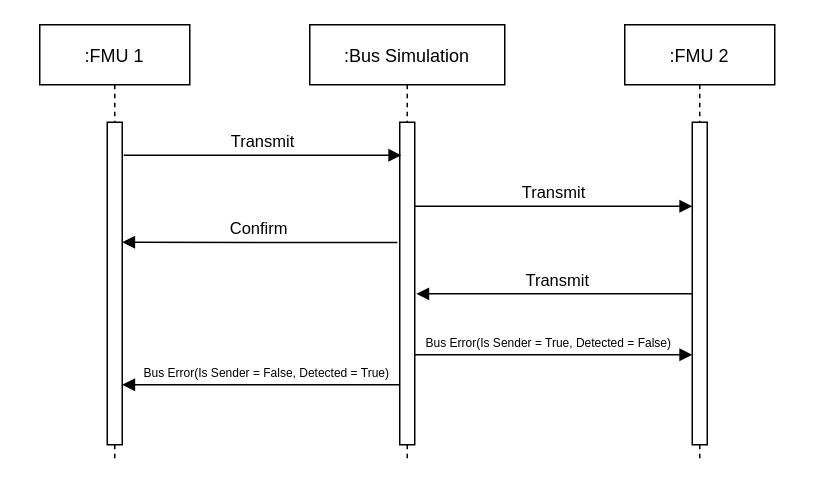
Before: docs/images/can_transmission_acknowledge.drawio in modelica/fmi-ls-bus, a draw.io diagram. Source tidied: cells renumbered, new cells numbered last; positions are measured from the earlier drawing's top-left corner, leaving out a move shared by most shapes. Both pictures are drawn from the tidied source at 150%, with x=0, y=0 at pixel (39, 24).
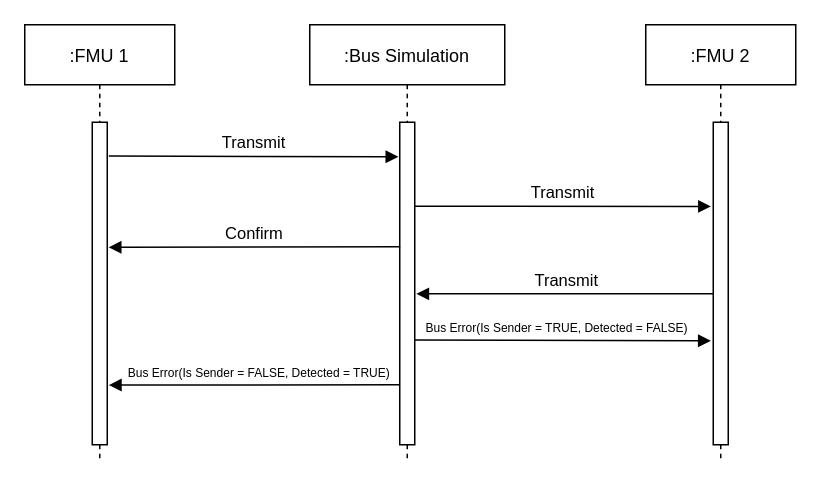
The same page after the edit.

Diff of the diagram source:
```diff
@@
 <mxGraphModel>
   <root>
     <mxCell id="0" />
     <mxCell id="1" parent="0" />
     <mxCell id="2" value=":FMU 1" style="shape=umlLifeline;perimeter=lifelinePerimeter;rounded=0;shadow=0;strokeWidth=1;" parent="1" vertex="1">
-      <mxGeometry width="100" height="290" as="geometry" />
+      <mxGeometry x="-10" width="100" height="290" as="geometry" />
     </mxCell>
     <mxCell id="3" style="points=[];perimeter=orthogonalPerimeter;rounded=0;shadow=0;strokeWidth=1;" parent="2" vertex="1">
       <mxGeometry x="45" y="65" width="10" height="215" as="geometry" />
     </mxCell>
     <mxCell id="4" value=":Bus Simulation" style="shape=umlLifeline;perimeter=lifelinePerimeter;rounded=0;shadow=0;strokeWidth=1;" parent="1" vertex="1">
       <mxGeometry x="180" width="130" height="290" as="geometry" />
     </mxCell>
     <mxCell id="5" style="points=[];perimeter=orthogonalPerimeter;rounded=0;shadow=0;strokeWidth=1;" parent="4" vertex="1">
       <mxGeometry x="60" y="65" width="10" height="215" as="geometry" />
     </mxCell>
-    <mxCell id="6" value="Transmit" style="verticalAlign=bottom;endArrow=block;entryX=0;entryY=0;shadow=0;strokeWidth=1;" parent="4" edge="1">
+    <mxCell id="6" value="Transmit" style="verticalAlign=bottom;endArrow=block;shadow=0;strokeWidth=1;entryX=-0.254;entryY=0.261;entryDx=0;entryDy=0;entryPerimeter=0;" parent="4" edge="1">
       <mxGeometry relative="1" as="geometry">
         <mxPoint x="70" y="121" as="sourcePoint" />
-        <mxPoint x="255" y="121" as="targetPoint" />
+        <mxPoint x="267.5" y="121.1" as="targetPoint" />
       </mxGeometry>
     </mxCell>
     <mxCell id="7" value="Transmit" style="verticalAlign=bottom;endArrow=block;shadow=0;strokeWidth=1;" parent="4" edge="1">
       <mxGeometry relative="1" as="geometry">
-        <mxPoint x="259.5" y="179.4" as="sourcePoint" />
+        <mxPoint x="271.5" y="179.4" as="sourcePoint" />
         <mxPoint x="71" y="179.4" as="targetPoint" />
       </mxGeometry>
     </mxCell>
-    <mxCell id="8" value="Bus Error(Is Sender = True, Detected = False)" style="verticalAlign=bottom;endArrow=block;entryX=0;entryY=0;shadow=0;strokeWidth=1;fontSize=8;spacingLeft=-7;" parent="4" edge="1">
+    <mxCell id="8" value="Bus Error(Is Sender = TRUE, Detected = FALSE)" style="verticalAlign=bottom;endArrow=block;entryX=-0.261;entryY=0.724;shadow=0;strokeWidth=1;fontSize=8;spacingLeft=-7;entryDx=0;entryDy=0;entryPerimeter=0;exitX=0.955;exitY=0.722;exitDx=0;exitDy=0;exitPerimeter=0;" parent="4" edge="1">
       <mxGeometry relative="1" as="geometry">
-        <mxPoint x="70" y="220" as="sourcePoint" />
-        <mxPoint x="255" y="220" as="targetPoint" />
+        <mxPoint x="69.5" y="210.2" as="sourcePoint" />
+        <mxPoint x="267.4" y="210.7" as="targetPoint" />
       </mxGeometry>
     </mxCell>
-    <mxCell id="9" value="Bus Error(Is Sender = False, Detected = True)" style="verticalAlign=bottom;endArrow=none;entryX=0;entryY=0;shadow=0;strokeWidth=1;fontSize=8;startArrow=block;startFill=1;endFill=0;spacingBottom=0;spacingLeft=7;" parent="4" edge="1">
+    <mxCell id="9" value="Bus Error(Is Sender = FALSE, Detected = TRUE)" style="verticalAlign=bottom;endArrow=none;entryX=0;entryY=0;shadow=0;strokeWidth=1;fontSize=8;startArrow=block;startFill=1;endFill=0;spacingBottom=0;spacingLeft=7;exitX=1.104;exitY=0.815;exitDx=0;exitDy=0;exitPerimeter=0;" parent="4" edge="1" source="3">
       <mxGeometry relative="1" as="geometry">
-        <mxPoint x="-125" y="240" as="sourcePoint" />
         <mxPoint x="60" y="240" as="targetPoint" />
       </mxGeometry>
     </mxCell>
     <mxCell id="10" value=":FMU 2" style="shape=umlLifeline;perimeter=lifelinePerimeter;rounded=0;shadow=0;strokeWidth=1;" parent="1" vertex="1">
-      <mxGeometry x="390" width="100" height="290" as="geometry" />
+      <mxGeometry x="404" width="100" height="290" as="geometry" />
     </mxCell>
     <mxCell id="11" style="perimeter=orthogonalPerimeter;rounded=0;shadow=0;strokeWidth=1;" parent="10" vertex="1">
       <mxGeometry x="45" y="65" width="10" height="215" as="geometry" />
     </mxCell>
-    <mxCell id="12" value="Transmit" style="verticalAlign=bottom;endArrow=block;entryX=0;entryY=0;shadow=0;strokeWidth=1;" parent="1" edge="1">
-      <mxGeometry relative="1" as="geometry">
-        <mxPoint x="56" y="87" as="sourcePoint" />
-        <mxPoint x="241" y="87" as="targetPoint" />
-      </mxGeometry>
+    <mxCell id="12" value="Transmit" style="verticalAlign=bottom;endArrow=block;entryX=-0.089;entryY=0.107;shadow=0;strokeWidth=1;entryDx=0;entryDy=0;entryPerimeter=0;exitX=1.104;exitY=0.105;exitDx=0;exitDy=0;exitPerimeter=0;" parent="1" edge="1" source="3" target="5">
+      <mxGeometry relative="1" as="geometry" />
     </mxCell>
-    <mxCell id="13" value="Confirm" style="verticalAlign=bottom;endArrow=block;shadow=0;strokeWidth=1;exitX=-0.16;exitY=0.729;exitDx=0;exitDy=0;exitPerimeter=0;" parent="1" edge="1">
+    <mxCell id="13" value="Confirm" style="verticalAlign=bottom;endArrow=block;shadow=0;strokeWidth=1;exitX=0.026;exitY=0.372;exitDx=0;exitDy=0;exitPerimeter=0;entryX=1.188;entryY=0.374;entryDx=0;entryDy=0;entryPerimeter=0;" parent="1" edge="1">
       <mxGeometry relative="1" as="geometry">
-        <mxPoint x="238.4" y="145.2" as="sourcePoint" />
-        <mxPoint x="55" y="145" as="targetPoint" />
+        <mxPoint x="240.3" y="148" as="sourcePoint" />
+        <mxPoint x="45.9" y="148.4" as="targetPoint" />
       </mxGeometry>
     </mxCell>
   </root>
 </mxGraphModel>
```
